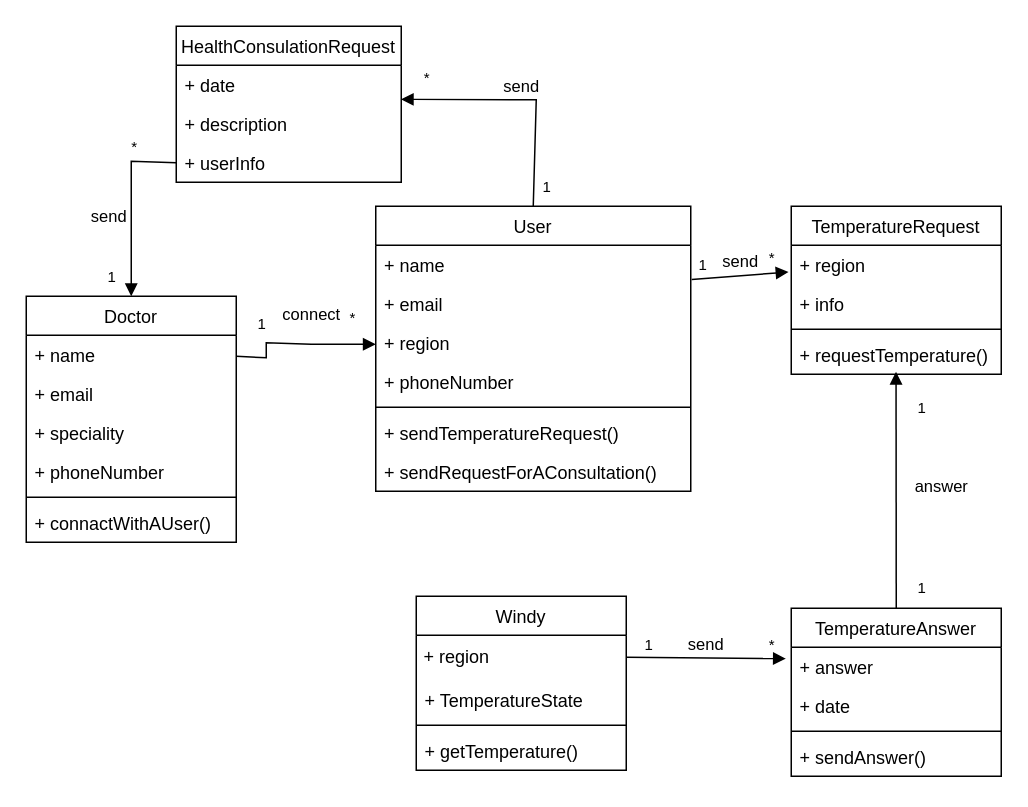
This is page "Page-1" (1 of 3) of 2-SoftwareDesign/2.5-UMLProgramClasses/UMLProgramClasses.drawio from oleksandrblazhko/ai-211-kanarskij, a draw.io file, before an edit. Source tidied: cells renumbered, new cells numbered last; positions are measured from the earlier drawing's top-left corner, leaving out a move shared by most shapes. Both pictures are drawn from the tidied source at 150%, with x=0, y=0 at pixel (26, 26).
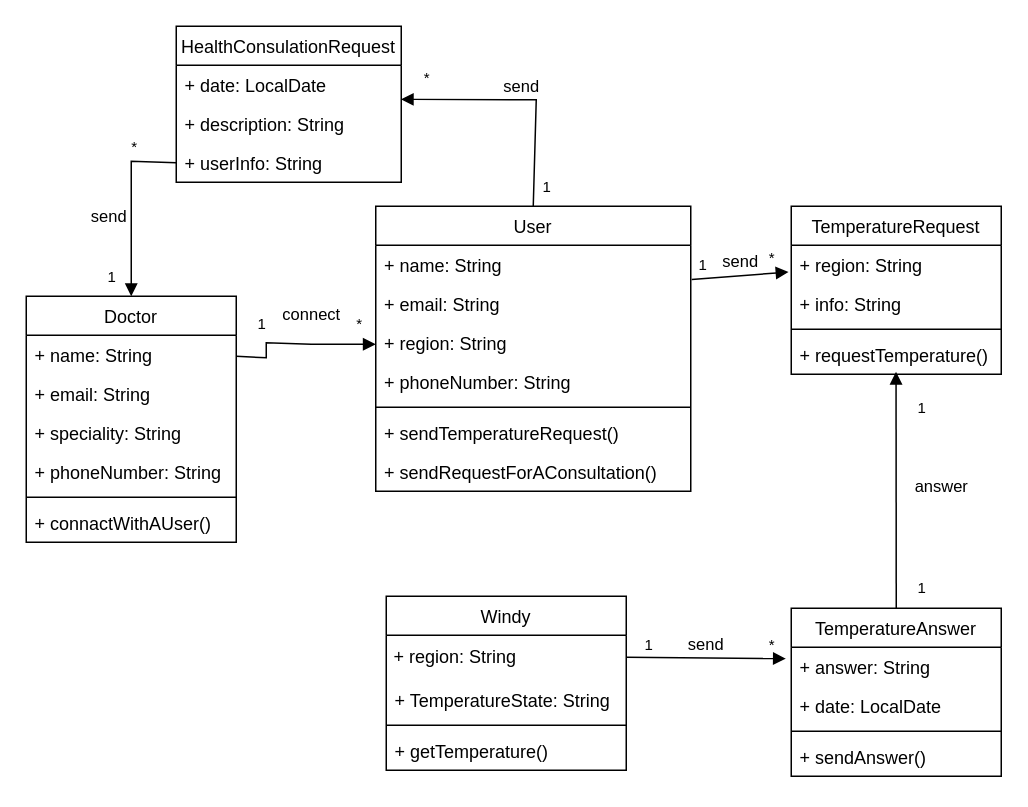
The same diagram, later.

Unchanged cells that the change refers to:
```xml
<mxCell id="2" value="TemperatureRequest" style="swimlane;fontStyle=0;horizontal=1;startSize=26;fillColor=none;" parent="1" vertex="1">
  <mxGeometry x="510" y="120" width="140" height="112" as="geometry" />
</mxCell>
<mxCell id="7" value="TemperatureAnswer" style="swimlane;fontStyle=0;horizontal=1;startSize=26;fillColor=none;" parent="1" vertex="1">
  <mxGeometry x="510" y="388" width="140" height="112" as="geometry" />
</mxCell>
<mxCell id="17" value="HealthConsulationRequest" style="swimlane;fontStyle=0;horizontal=1;startSize=26;fillColor=none;" parent="1" vertex="1">
  <mxGeometry x="100" width="150" height="104" as="geometry" />
</mxCell>
<mxCell id="21" value="Doctor" style="swimlane;fontStyle=0;horizontal=1;startSize=26;fillColor=none;" parent="1" vertex="1">
  <mxGeometry y="180" width="140" height="164" as="geometry" />
</mxCell>
<mxCell id="46" value="User" style="swimlane;fontStyle=0;horizontal=1;startSize=26;fillColor=none;" parent="45" vertex="1">
  <mxGeometry width="210" height="190" as="geometry" />
</mxCell>
```

The edit, as a diff of the source:
```diff
@@
-    <mxCell id="3" value="+ region" style="text;strokeColor=none;fillColor=none;align=left;verticalAlign=top;spacingLeft=4;spacingRight=4;overflow=hidden;points=[[0,0.5],[1,0.5]];portConstraint=eastwest;" parent="2" vertex="1">
+    <mxCell id="3" value="+ region: String" style="text;strokeColor=none;fillColor=none;align=left;verticalAlign=top;spacingLeft=4;spacingRight=4;overflow=hidden;points=[[0,0.5],[1,0.5]];portConstraint=eastwest;" parent="2" vertex="1">
       <mxGeometry y="26" width="140" height="26" as="geometry" />
     </mxCell>
-    <mxCell id="4" value="+ info" style="text;strokeColor=none;fillColor=none;align=left;verticalAlign=top;spacingLeft=4;spacingRight=4;overflow=hidden;" parent="2" vertex="1">
+    <mxCell id="4" value="+ info: String" style="text;strokeColor=none;fillColor=none;align=left;verticalAlign=top;spacingLeft=4;spacingRight=4;overflow=hidden;" parent="2" vertex="1">
       <mxGeometry y="52" width="140" height="26" as="geometry" />
     </mxCell>
@@
-    <mxCell id="8" value="+ answer" style="text;strokeColor=none;fillColor=none;align=left;verticalAlign=top;spacingLeft=4;spacingRight=4;overflow=hidden;" parent="7" vertex="1">
+    <mxCell id="8" value="+ answer: String" style="text;strokeColor=none;fillColor=none;align=left;verticalAlign=top;spacingLeft=4;spacingRight=4;overflow=hidden;" parent="7" vertex="1">
       <mxGeometry y="26" width="140" height="26" as="geometry" />
     </mxCell>
-    <mxCell id="9" value="+ date" style="text;strokeColor=none;fillColor=none;align=left;verticalAlign=top;spacingLeft=4;spacingRight=4;overflow=hidden;" parent="7" vertex="1">
+    <mxCell id="9" value="+ date: LocalDate" style="text;strokeColor=none;fillColor=none;align=left;verticalAlign=top;spacingLeft=4;spacingRight=4;overflow=hidden;" parent="7" vertex="1">
       <mxGeometry y="52" width="140" height="26" as="geometry" />
     </mxCell>
@@
     <mxCell id="12" value="Windy" style="swimlane;fontStyle=0;horizontal=1;startSize=26;fillColor=none;" parent="1" vertex="1">
-      <mxGeometry x="260" y="380" width="140" height="116" as="geometry" />
+      <mxGeometry x="240" y="380" width="160" height="116" as="geometry" />
     </mxCell>
-    <mxCell id="13" value="&amp;nbsp;+ region" style="text;html=1;align=left;verticalAlign=middle;strokeColor=none;fillColor=none;" parent="12" vertex="1">
-      <mxGeometry y="26" width="140" height="30" as="geometry" />
+    <mxCell id="13" value="&amp;nbsp;+ region: String" style="text;html=1;align=left;verticalAlign=middle;strokeColor=none;fillColor=none;" parent="12" vertex="1">
+      <mxGeometry y="26" width="160" height="30" as="geometry" />
     </mxCell>
-    <mxCell id="14" value="+ TemperatureState" style="text;strokeColor=none;fillColor=none;align=left;verticalAlign=top;spacingLeft=4;spacingRight=4;overflow=hidden;" parent="12" vertex="1">
-      <mxGeometry y="56" width="140" height="26" as="geometry" />
+    <mxCell id="14" value="+ TemperatureState: String" style="text;strokeColor=none;fillColor=none;align=left;verticalAlign=top;spacingLeft=4;spacingRight=4;overflow=hidden;" parent="12" vertex="1">
+      <mxGeometry y="56" width="160" height="26" as="geometry" />
     </mxCell>
     <mxCell id="15" style="line;strokeWidth=1;fillColor=none;align=left;verticalAlign=middle;spacingTop=-1;spacingLeft=3;spacingRight=3;labelPosition=right;strokeColor=inherit;" parent="12" vertex="1">
-      <mxGeometry y="82" width="140" height="8" as="geometry" />
+      <mxGeometry y="82" width="160" height="8" as="geometry" />
     </mxCell>
     <mxCell id="16" value="+&amp;nbsp;getTemperature()&lt;span style=&quot;background-color: initial;&quot;&gt;&amp;nbsp;&lt;/span&gt;" style="text;strokeColor=none;fillColor=none;align=left;verticalAlign=top;spacingLeft=4;spacingRight=4;overflow=hidden;whiteSpace=wrap;html=1;" parent="12" vertex="1">
-      <mxGeometry y="90" width="140" height="26" as="geometry" />
+      <mxGeometry y="90" width="160" height="26" as="geometry" />
     </mxCell>
@@
-    <mxCell id="18" value="+ date" style="text;strokeColor=none;fillColor=none;align=left;verticalAlign=top;spacingLeft=4;spacingRight=4;overflow=hidden;points=[[0,0.5],[1,0.5]];portConstraint=eastwest;" parent="17" vertex="1">
+    <mxCell id="18" value="+ date: LocalDate" style="text;strokeColor=none;fillColor=none;align=left;verticalAlign=top;spacingLeft=4;spacingRight=4;overflow=hidden;points=[[0,0.5],[1,0.5]];portConstraint=eastwest;" parent="17" vertex="1">
       <mxGeometry y="26" width="150" height="26" as="geometry" />
     </mxCell>
-    <mxCell id="19" value="+ description" style="text;strokeColor=none;fillColor=none;align=left;verticalAlign=top;spacingLeft=4;spacingRight=4;overflow=hidden;" parent="17" vertex="1">
+    <mxCell id="19" value="+ description: String" style="text;strokeColor=none;fillColor=none;align=left;verticalAlign=top;spacingLeft=4;spacingRight=4;overflow=hidden;" parent="17" vertex="1">
       <mxGeometry y="52" width="150" height="26" as="geometry" />
     </mxCell>
-    <mxCell id="20" value="+ userInfo" style="text;strokeColor=none;fillColor=none;align=left;verticalAlign=top;spacingLeft=4;spacingRight=4;overflow=hidden;points=[[0,0.5],[1,0.5]];portConstraint=eastwest;" parent="17" vertex="1">
+    <mxCell id="20" value="+ userInfo: String" style="text;strokeColor=none;fillColor=none;align=left;verticalAlign=top;spacingLeft=4;spacingRight=4;overflow=hidden;points=[[0,0.5],[1,0.5]];portConstraint=eastwest;" parent="17" vertex="1">
       <mxGeometry y="78" width="150" height="26" as="geometry" />
     </mxCell>
@@
-    <mxCell id="22" value="+ name" style="text;strokeColor=none;fillColor=none;align=left;verticalAlign=top;spacingLeft=4;spacingRight=4;overflow=hidden;" parent="21" vertex="1">
+    <mxCell id="22" value="+ name: String" style="text;strokeColor=none;fillColor=none;align=left;verticalAlign=top;spacingLeft=4;spacingRight=4;overflow=hidden;" parent="21" vertex="1">
       <mxGeometry y="26" width="140" height="26" as="geometry" />
     </mxCell>
-    <mxCell id="23" value="+ email" style="text;strokeColor=none;fillColor=none;align=left;verticalAlign=top;spacingLeft=4;spacingRight=4;overflow=hidden;" parent="21" vertex="1">
+    <mxCell id="23" value="+ email: String" style="text;strokeColor=none;fillColor=none;align=left;verticalAlign=top;spacingLeft=4;spacingRight=4;overflow=hidden;" parent="21" vertex="1">
       <mxGeometry y="52" width="140" height="26" as="geometry" />
     </mxCell>
-    <mxCell id="24" value="+ speciality" style="text;strokeColor=none;fillColor=none;align=left;verticalAlign=top;spacingLeft=4;spacingRight=4;overflow=hidden;" parent="21" vertex="1">
+    <mxCell id="24" value="+ speciality: String" style="text;strokeColor=none;fillColor=none;align=left;verticalAlign=top;spacingLeft=4;spacingRight=4;overflow=hidden;" parent="21" vertex="1">
       <mxGeometry y="78" width="140" height="26" as="geometry" />
     </mxCell>
-    <mxCell id="25" value="+ phoneNumber" style="text;strokeColor=none;fillColor=none;align=left;verticalAlign=top;spacingLeft=4;spacingRight=4;overflow=hidden;" parent="21" vertex="1">
+    <mxCell id="25" value="+ phoneNumber: String" style="text;strokeColor=none;fillColor=none;align=left;verticalAlign=top;spacingLeft=4;spacingRight=4;overflow=hidden;" parent="21" vertex="1">
       <mxGeometry y="104" width="140" height="26" as="geometry" />
     </mxCell>
@@
-    <mxCell id="47" value="+ name" style="text;strokeColor=none;fillColor=none;align=left;verticalAlign=top;spacingLeft=4;spacingRight=4;overflow=hidden;points=[[0,0.5],[1,0.5]];portConstraint=eastwest;" parent="46" vertex="1">
+    <mxCell id="47" value="+ name: String" style="text;strokeColor=none;fillColor=none;align=left;verticalAlign=top;spacingLeft=4;spacingRight=4;overflow=hidden;points=[[0,0.5],[1,0.5]];portConstraint=eastwest;" parent="46" vertex="1">
       <mxGeometry y="26" width="210" height="26" as="geometry" />
     </mxCell>
-    <mxCell id="48" value="+ email" style="text;strokeColor=none;fillColor=none;align=left;verticalAlign=top;spacingLeft=4;spacingRight=4;overflow=hidden;" parent="46" vertex="1">
+    <mxCell id="48" value="+ email: String" style="text;strokeColor=none;fillColor=none;align=left;verticalAlign=top;spacingLeft=4;spacingRight=4;overflow=hidden;" parent="46" vertex="1">
       <mxGeometry y="52" width="210" height="26" as="geometry" />
     </mxCell>
-    <mxCell id="49" value="+ region" style="text;strokeColor=none;fillColor=none;align=left;verticalAlign=top;spacingLeft=4;spacingRight=4;overflow=hidden;" parent="46" vertex="1">
+    <mxCell id="49" value="+ region: String" style="text;strokeColor=none;fillColor=none;align=left;verticalAlign=top;spacingLeft=4;spacingRight=4;overflow=hidden;" parent="46" vertex="1">
       <mxGeometry y="78" width="210" height="26" as="geometry" />
     </mxCell>
-    <mxCell id="50" value="+ phoneNumber" style="text;strokeColor=none;fillColor=none;align=left;verticalAlign=top;spacingLeft=4;spacingRight=4;overflow=hidden;" parent="46" vertex="1">
+    <mxCell id="50" value="+ phoneNumber: String" style="text;strokeColor=none;fillColor=none;align=left;verticalAlign=top;spacingLeft=4;spacingRight=4;overflow=hidden;" parent="46" vertex="1">
       <mxGeometry y="104" width="210" height="26" as="geometry" />
     </mxCell>
@@
     <mxCell id="55" value="&lt;font style=&quot;font-size: 10px;&quot;&gt;*&lt;/font&gt;" style="text;html=1;strokeColor=none;fillColor=none;align=center;verticalAlign=middle;whiteSpace=wrap;rounded=0;" parent="1" vertex="1">
-      <mxGeometry x="203" y="180" width="30" height="27" as="geometry" />
+      <mxGeometry x="195" y="186" width="55" height="24" as="geometry" />
     </mxCell>
```
